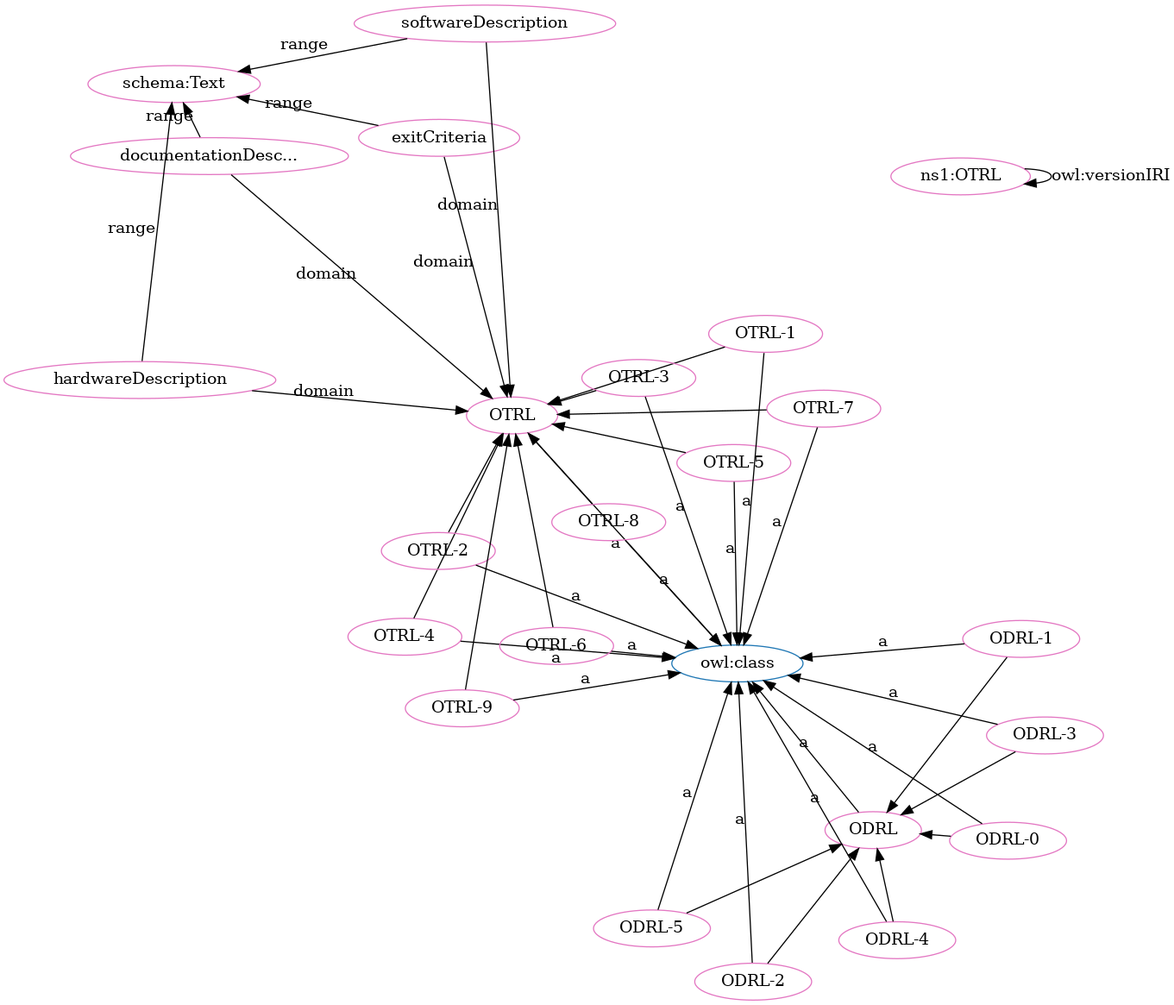
Before: OTRL-clean.png, a diagram exported from Graphviz (OPEN-NEXT/OKH-LOSH). Its source is kept beside it as OTRL-clean.dot.
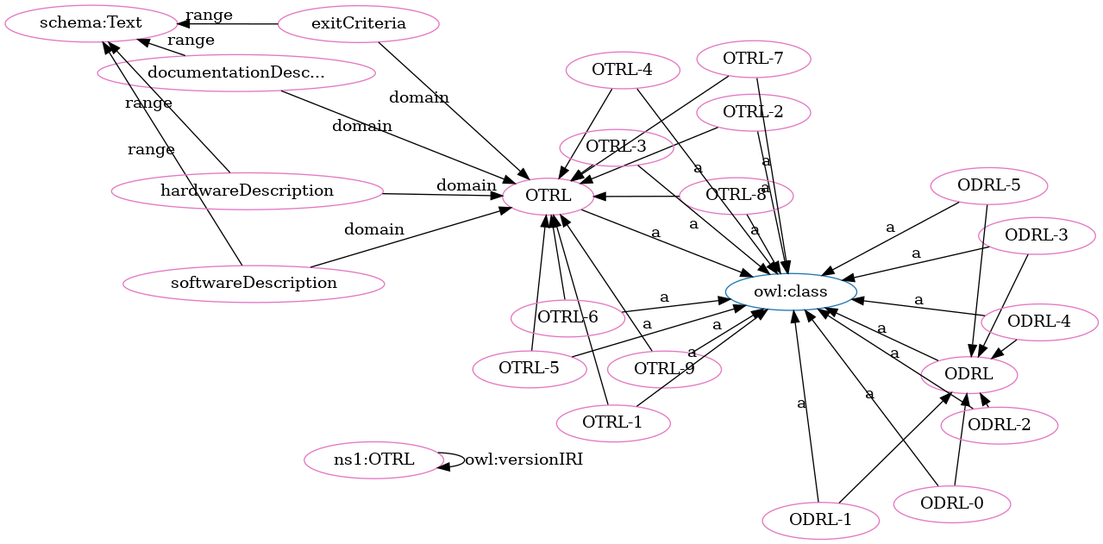
The same file after the commit.

The edit, as a diff of the source:
```diff
@@ -2,70 +2,70 @@
   rankdir=BT
   node[height=.3]
 "http://purl.org/oseg/ontologies/OTRL#OTRL" [fillcolor="#1f77b4" color="#1f77b4" label="OTRL"]
+"http://www.w3.org/2002/07/owl#class" [fillcolor="#1f77b4" color="#1f77b4" label="owl:class"]
 "http://purl.org/oseg/ontologies/OTRL#ODRL" [fillcolor="#1f77b4" color="#1f77b4" label="ODRL"]
-"http://www.w3.org/2002/07/owl#class" [fillcolor="#1f77b4" color="#1f77b4" label="owl:class"]
+"http://purl.org/oseg/ontologies/OTRL#OTRL-2" [fillcolor="#e377c2" color="#e377c2" label="OTRL-2"]
+"http://purl.org/oseg/ontologies/OTRL#OTRL-9" [fillcolor="#e377c2" color="#e377c2" label="OTRL-9"]
+"http://purl.org/oseg/ontologies/OTRL#ODRL" [fillcolor="#e377c2" color="#e377c2" label="ODRL"]
 "http://schema.org/Text" [fillcolor="#e377c2" color="#e377c2" label="schema:Text"]
+"http://purl.org/oseg/ontologies/OTRL#exitCriteria" [fillcolor="#e377c2" color="#e377c2" label="exitCriteria"]
+"http://purl.org/oseg/ontologies/OTRL#OTRL" [fillcolor="#e377c2" color="#e377c2" label="OTRL"]
 "http://purl.org/oseg/ontologies/OTRL#OTRL-8" [fillcolor="#e377c2" color="#e377c2" label="OTRL-8"]
-"http://purl.org/oseg/ontologies/OTRL#OTRL" [fillcolor="#e377c2" color="#e377c2" label="OTRL"]
-"http://purl.org/oseg/ontologies/OTRL#exitCriteria" [fillcolor="#e377c2" color="#e377c2" label="exitCriteria"]
-"http://purl.org/oseg/ontologies/OTRL#ODRL" [fillcolor="#e377c2" color="#e377c2" label="ODRL"]
+"http://purl.org/oseg/ontologies/OTRL" [fillcolor="#e377c2" color="#e377c2" label="ns1:OTRL"]
+"http://purl.org/oseg/ontologies/OTRL#ODRL-1" [fillcolor="#e377c2" color="#e377c2" label="ODRL-1"]
+"http://purl.org/oseg/ontologies/OTRL#OTRL-1" [fillcolor="#e377c2" color="#e377c2" label="OTRL-1"]
 "http://purl.org/oseg/ontologies/OTRL#OTRL-4" [fillcolor="#e377c2" color="#e377c2" label="OTRL-4"]
-"http://purl.org/oseg/ontologies/OTRL" [fillcolor="#e377c2" color="#e377c2" label="ns1:OTRL"]
 "http://purl.org/oseg/ontologies/OTRL#ODRL-0" [fillcolor="#e377c2" color="#e377c2" label="ODRL-0"]
+"http://purl.org/oseg/ontologies/OTRL#ODRL-3" [fillcolor="#e377c2" color="#e377c2" label="ODRL-3"]
+"http://purl.org/oseg/ontologies/OTRL#documentationDescription" [fillcolor="#e377c2" color="#e377c2" label="documentationDesc..."]
+"http://purl.org/oseg/ontologies/OTRL#OTRL-7" [fillcolor="#e377c2" color="#e377c2" label="OTRL-7"]
+"http://purl.org/oseg/ontologies/OTRL#ODRL-4" [fillcolor="#e377c2" color="#e377c2" label="ODRL-4"]
+"http://purl.org/oseg/ontologies/OTRL#OTRL-5" [fillcolor="#e377c2" color="#e377c2" label="OTRL-5"]
+"http://purl.org/oseg/ontologies/OTRL#ODRL-2" [fillcolor="#e377c2" color="#e377c2" label="ODRL-2"]
+"http://purl.org/oseg/ontologies/OTRL#OTRL-6" [fillcolor="#e377c2" color="#e377c2" label="OTRL-6"]
+"http://purl.org/oseg/ontologies/OTRL#OTRL-3" [fillcolor="#e377c2" color="#e377c2" label="OTRL-3"]
+"http://purl.org/oseg/ontologies/OTRL#softwareDescription" [fillcolor="#e377c2" color="#e377c2" label="softwareDescription"]
+"http://purl.org/oseg/ontologies/OTRL#hardwareDescription" [fillcolor="#e377c2" color="#e377c2" label="hardwareDescription"]
 "http://purl.org/oseg/ontologies/OTRL#ODRL-5" [fillcolor="#e377c2" color="#e377c2" label="ODRL-5"]
-"http://purl.org/oseg/ontologies/OTRL#ODRL-3" [fillcolor="#e377c2" color="#e377c2" label="ODRL-3"]
-"http://purl.org/oseg/ontologies/OTRL#OTRL-2" [fillcolor="#e377c2" color="#e377c2" label="OTRL-2"]
-"http://purl.org/oseg/ontologies/OTRL#ODRL-2" [fillcolor="#e377c2" color="#e377c2" label="ODRL-2"]
-"http://purl.org/oseg/ontologies/OTRL#OTRL-5" [fillcolor="#e377c2" color="#e377c2" label="OTRL-5"]
-"http://purl.org/oseg/ontologies/OTRL#softwareDescription" [fillcolor="#e377c2" color="#e377c2" label="softwareDescription"]
-"http://purl.org/oseg/ontologies/OTRL#documentationDescription" [fillcolor="#e377c2" color="#e377c2" label="documentationDesc..."]
-"http://purl.org/oseg/ontologies/OTRL#ODRL-1" [fillcolor="#e377c2" color="#e377c2" label="ODRL-1"]
-"http://purl.org/oseg/ontologies/OTRL#ODRL-4" [fillcolor="#e377c2" color="#e377c2" label="ODRL-4"]
-"http://purl.org/oseg/ontologies/OTRL#OTRL-7" [fillcolor="#e377c2" color="#e377c2" label="OTRL-7"]
-"http://purl.org/oseg/ontologies/OTRL#OTRL-6" [fillcolor="#e377c2" color="#e377c2" label="OTRL-6"]
-"http://purl.org/oseg/ontologies/OTRL#OTRL-9" [fillcolor="#e377c2" color="#e377c2" label="OTRL-9"]
-"http://purl.org/oseg/ontologies/OTRL#OTRL-1" [fillcolor="#e377c2" color="#e377c2" label="OTRL-1"]
-"http://purl.org/oseg/ontologies/OTRL#hardwareDescription" [fillcolor="#e377c2" color="#e377c2" label="hardwareDescription"]
-"http://purl.org/oseg/ontologies/OTRL#OTRL-3" [fillcolor="#e377c2" color="#e377c2" label="OTRL-3"]
+  "http://purl.org/oseg/ontologies/OTRL#OTRL-2" -> "http://www.w3.org/2002/07/owl#class" [label="a"]
+  "http://purl.org/oseg/ontologies/OTRL#OTRL-9" -> "http://www.w3.org/2002/07/owl#class" [label="a"]
+  "http://purl.org/oseg/ontologies/OTRL#hardwareDescription" -> "http://schema.org/Text" [label="range"]
   "http://purl.org/oseg/ontologies/OTRL#OTRL-8" -> "http://www.w3.org/2002/07/owl#class" [label="a"]
+  "http://purl.org/oseg/ontologies/OTRL#OTRL-5" -> "http://purl.org/oseg/ontologies/OTRL#OTRL" [label=""]
+  "http://purl.org/oseg/ontologies/OTRL#OTRL-9" -> "http://purl.org/oseg/ontologies/OTRL#OTRL" [label=""]
+  "http://purl.org/oseg/ontologies/OTRL#ODRL-1" -> "http://www.w3.org/2002/07/owl#class" [label="a"]
+  "http://purl.org/oseg/ontologies/OTRL#exitCriteria" -> "http://schema.org/Text" [label="range"]
+  "http://purl.org/oseg/ontologies/OTRL#OTRL-3" -> "http://purl.org/oseg/ontologies/OTRL#OTRL" [label=""]
+  "http://purl.org/oseg/ontologies/OTRL#ODRL-3" -> "http://www.w3.org/2002/07/owl#class" [label="a"]
+  "http://purl.org/oseg/ontologies/OTRL#OTRL-7" -> "http://www.w3.org/2002/07/owl#class" [label="a"]
+  "http://purl.org/oseg/ontologies/OTRL#ODRL-4" -> "http://purl.org/oseg/ontologies/OTRL#ODRL" [label=""]
+  "http://purl.org/oseg/ontologies/OTRL#OTRL-5" -> "http://www.w3.org/2002/07/owl#class" [label="a"]
+  "http://purl.org/oseg/ontologies/OTRL#ODRL-2" -> "http://www.w3.org/2002/07/owl#class" [label="a"]
+  "http://purl.org/oseg/ontologies/OTRL#hardwareDescription" -> "http://purl.org/oseg/ontologies/OTRL#OTRL" [label="domain"]
+  "http://purl.org/oseg/ontologies/OTRL#OTRL-3" -> "http://www.w3.org/2002/07/owl#class" [label="a"]
+  "http://purl.org/oseg/ontologies/OTRL" -> "http://purl.org/oseg/ontologies/OTRL" [label="owl:versionIRI"]
+  "http://purl.org/oseg/ontologies/OTRL#OTRL-1" -> "http://purl.org/oseg/ontologies/OTRL#OTRL" [label=""]
+  "http://purl.org/oseg/ontologies/OTRL#OTRL-4" -> "http://purl.org/oseg/ontologies/OTRL#OTRL" [label=""]
+  "http://purl.org/oseg/ontologies/OTRL#ODRL-3" -> "http://purl.org/oseg/ontologies/OTRL#ODRL" [label=""]
+  "http://purl.org/oseg/ontologies/OTRL#softwareDescription" -> "http://schema.org/Text" [label="range"]
+  "http://purl.org/oseg/ontologies/OTRL#OTRL" -> "http://www.w3.org/2002/07/owl#class" [label="a"]
+  "http://purl.org/oseg/ontologies/OTRL#OTRL-8" -> "http://purl.org/oseg/ontologies/OTRL#OTRL" [label=""]
+  "http://purl.org/oseg/ontologies/OTRL#OTRL-1" -> "http://www.w3.org/2002/07/owl#class" [label="a"]
+  "http://purl.org/oseg/ontologies/OTRL#OTRL-4" -> "http://www.w3.org/2002/07/owl#class" [label="a"]
+  "http://purl.org/oseg/ontologies/OTRL#documentationDescription" -> "http://purl.org/oseg/ontologies/OTRL#OTRL" [label="domain"]
+  "http://purl.org/oseg/ontologies/OTRL#ODRL-1" -> "http://purl.org/oseg/ontologies/OTRL#ODRL" [label=""]
+  "http://purl.org/oseg/ontologies/OTRL#ODRL-0" -> "http://www.w3.org/2002/07/owl#class" [label="a"]
+  "http://purl.org/oseg/ontologies/OTRL#exitCriteria" -> "http://purl.org/oseg/ontologies/OTRL#OTRL" [label="domain"]
+  "http://purl.org/oseg/ontologies/OTRL#ODRL-5" -> "http://purl.org/oseg/ontologies/OTRL#ODRL" [label=""]
+  "http://purl.org/oseg/ontologies/OTRL#ODRL-4" -> "http://www.w3.org/2002/07/owl#class" [label="a"]
+  "http://purl.org/oseg/ontologies/OTRL#OTRL-7" -> "http://purl.org/oseg/ontologies/OTRL#OTRL" [label=""]
+  "http://purl.org/oseg/ontologies/OTRL#softwareDescription" -> "http://purl.org/oseg/ontologies/OTRL#OTRL" [label="domain"]
+  "http://purl.org/oseg/ontologies/OTRL#OTRL-6" -> "http://www.w3.org/2002/07/owl#class" [label="a"]
+  "http://purl.org/oseg/ontologies/OTRL#OTRL-2" -> "http://purl.org/oseg/ontologies/OTRL#OTRL" [label=""]
+  "http://purl.org/oseg/ontologies/OTRL#ODRL-2" -> "http://purl.org/oseg/ontologies/OTRL#ODRL" [label=""]
+  "http://purl.org/oseg/ontologies/OTRL#documentationDescription" -> "http://schema.org/Text" [label="range"]
+  "http://purl.org/oseg/ontologies/OTRL#OTRL-6" -> "http://purl.org/oseg/ontologies/OTRL#OTRL" [label=""]
   "http://purl.org/oseg/ontologies/OTRL#ODRL" -> "http://www.w3.org/2002/07/owl#class" [label="a"]
-  "http://purl.org/oseg/ontologies/OTRL#ODRL-3" -> "http://purl.org/oseg/ontologies/OTRL#ODRL" [label=""]
-  "http://purl.org/oseg/ontologies/OTRL#OTRL-4" -> "http://www.w3.org/2002/07/owl#class" [label="a"]
-  "http://purl.org/oseg/ontologies/OTRL#ODRL-0" -> "http://www.w3.org/2002/07/owl#class" [label="a"]
   "http://purl.org/oseg/ontologies/OTRL#ODRL-5" -> "http://www.w3.org/2002/07/owl#class" [label="a"]
-  "http://purl.org/oseg/ontologies/OTRL#ODRL-3" -> "http://www.w3.org/2002/07/owl#class" [label="a"]
-  "http://purl.org/oseg/ontologies/OTRL#OTRL-2" -> "http://www.w3.org/2002/07/owl#class" [label="a"]
-  "http://purl.org/oseg/ontologies/OTRL#OTRL-4" -> "http://purl.org/oseg/ontologies/OTRL#OTRL" [label=""]
-  "http://purl.org/oseg/ontologies/OTRL#ODRL-2" -> "http://www.w3.org/2002/07/owl#class" [label="a"]
-  "http://purl.org/oseg/ontologies/OTRL#softwareDescription" -> "http://purl.org/oseg/ontologies/OTRL#OTRL" [label="domain"]
-  "http://purl.org/oseg/ontologies/OTRL#OTRL-3" -> "http://purl.org/oseg/ontologies/OTRL#OTRL" [label=""]
-  "http://purl.org/oseg/ontologies/OTRL#ODRL-1" -> "http://www.w3.org/2002/07/owl#class" [label="a"]
-  "http://purl.org/oseg/ontologies/OTRL#OTRL-8" -> "http://purl.org/oseg/ontologies/OTRL#OTRL" [label=""]
-  "http://purl.org/oseg/ontologies/OTRL#ODRL-4" -> "http://www.w3.org/2002/07/owl#class" [label="a"]
-  "http://purl.org/oseg/ontologies/OTRL" -> "http://purl.org/oseg/ontologies/OTRL" [label="owl:versionIRI"]
   "http://purl.org/oseg/ontologies/OTRL#ODRL-0" -> "http://purl.org/oseg/ontologies/OTRL#ODRL" [label=""]
-  "http://purl.org/oseg/ontologies/OTRL#OTRL" -> "http://www.w3.org/2002/07/owl#class" [label="a"]
-  "http://purl.org/oseg/ontologies/OTRL#OTRL-7" -> "http://www.w3.org/2002/07/owl#class" [label="a"]
-  "http://purl.org/oseg/ontologies/OTRL#OTRL-7" -> "http://purl.org/oseg/ontologies/OTRL#OTRL" [label=""]
-  "http://purl.org/oseg/ontologies/OTRL#ODRL-2" -> "http://purl.org/oseg/ontologies/OTRL#ODRL" [label=""]
-  "http://purl.org/oseg/ontologies/OTRL#OTRL-3" -> "http://www.w3.org/2002/07/owl#class" [label="a"]
-  "http://purl.org/oseg/ontologies/OTRL#documentationDescription" -> "http://schema.org/Text" [label="range"]
-  "http://purl.org/oseg/ontologies/OTRL#exitCriteria" -> "http://purl.org/oseg/ontologies/OTRL#OTRL" [label="domain"]
-  "http://purl.org/oseg/ontologies/OTRL#OTRL-5" -> "http://purl.org/oseg/ontologies/OTRL#OTRL" [label=""]
-  "http://purl.org/oseg/ontologies/OTRL#ODRL-5" -> "http://purl.org/oseg/ontologies/OTRL#ODRL" [label=""]
-  "http://purl.org/oseg/ontologies/OTRL#OTRL-1" -> "http://purl.org/oseg/ontologies/OTRL#OTRL" [label=""]
-  "http://purl.org/oseg/ontologies/OTRL#hardwareDescription" -> "http://schema.org/Text" [label="range"]
-  "http://purl.org/oseg/ontologies/OTRL#softwareDescription" -> "http://schema.org/Text" [label="range"]
-  "http://purl.org/oseg/ontologies/OTRL#OTRL-5" -> "http://www.w3.org/2002/07/owl#class" [label="a"]
-  "http://purl.org/oseg/ontologies/OTRL#exitCriteria" -> "http://schema.org/Text" [label="range"]
-  "http://purl.org/oseg/ontologies/OTRL#ODRL-1" -> "http://purl.org/oseg/ontologies/OTRL#ODRL" [label=""]
-  "http://purl.org/oseg/ontologies/OTRL#ODRL-4" -> "http://purl.org/oseg/ontologies/OTRL#ODRL" [label=""]
-  "http://purl.org/oseg/ontologies/OTRL#OTRL-6" -> "http://www.w3.org/2002/07/owl#class" [label="a"]
-  "http://purl.org/oseg/ontologies/OTRL#OTRL-9" -> "http://www.w3.org/2002/07/owl#class" [label="a"]
-  "http://purl.org/oseg/ontologies/OTRL#OTRL-1" -> "http://www.w3.org/2002/07/owl#class" [label="a"]
-  "http://purl.org/oseg/ontologies/OTRL#OTRL-6" -> "http://purl.org/oseg/ontologies/OTRL#OTRL" [label=""]
-  "http://purl.org/oseg/ontologies/OTRL#hardwareDescription" -> "http://purl.org/oseg/ontologies/OTRL#OTRL" [label="domain"]
-  "http://purl.org/oseg/ontologies/OTRL#OTRL-9" -> "http://purl.org/oseg/ontologies/OTRL#OTRL" [label=""]
-  "http://purl.org/oseg/ontologies/OTRL#OTRL-2" -> "http://purl.org/oseg/ontologies/OTRL#OTRL" [label=""]
-  "http://purl.org/oseg/ontologies/OTRL#documentationDescription" -> "http://purl.org/oseg/ontologies/OTRL#OTRL" [label="domain"]
 }
```
